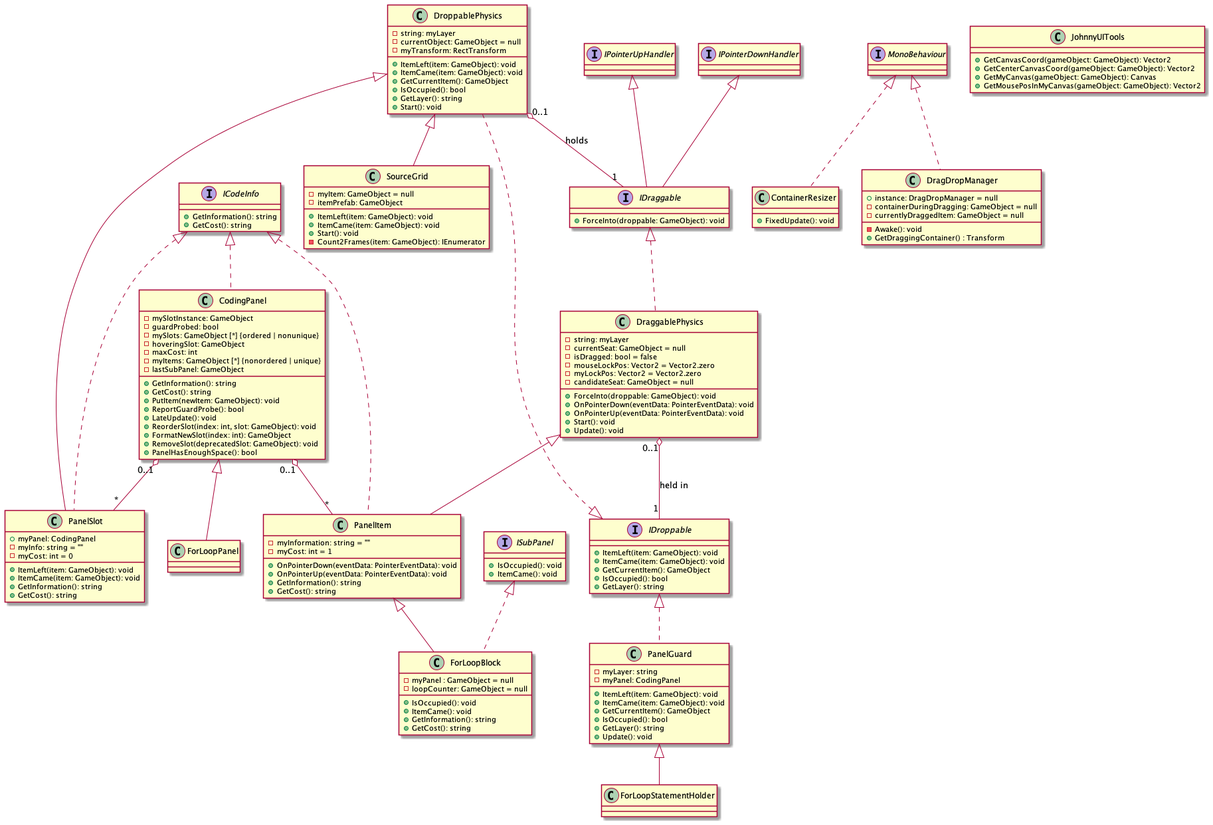
Earlier version of the PlantUML export docs/class_diagrams/out/drag_drop_ui.png (cs130-w21/13).
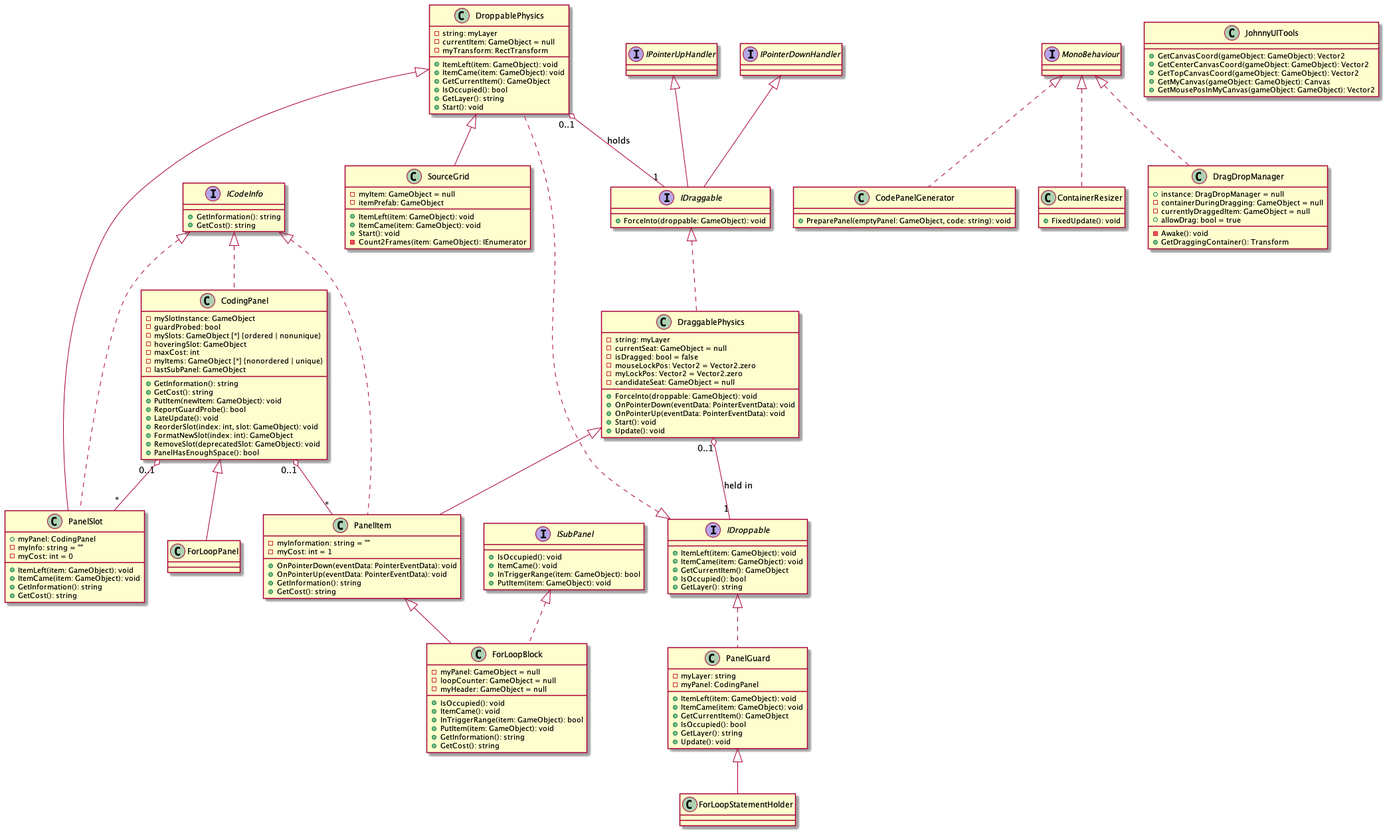
Above is the later version.

Commit message:
new client diagrams

Change to the diagram source:
```diff
@@ -21,6 +21,8 @@
 interface ISubPanel {
     + IsOccupied(): void
     + ItemCame(): void
+    + InTriggerRange(item: GameObject): bool
+    + PutItem(item: GameObject): void
 }
 
 
@@ -37,11 +39,11 @@
     + Start(): void
     + Update(): void
 }
-DraggablePhysics "0..1" o-- "1" IDroppable : "held in"
+DraggablePhysics "0..1" o-- "1" IDroppable: "held in"
 
 class DroppablePhysics implements IDroppable {
     - string: myLayer
-    - currentObject: GameObject = null
+    - currentItem: GameObject = null
     - myTransform: RectTransform
     + ItemLeft(item: GameObject): void
     + ItemCame(item: GameObject): void
@@ -116,10 +118,13 @@
 
 
 class ForLoopBlock extends PanelItem implements ISubPanel {
-    - myPanel : GameObject = null
+    - myPanel: GameObject = null
     - loopCounter: GameObject = null
+    - myHeader: GameObject = null
     + IsOccupied(): void
     + ItemCame(): void
+    + InTriggerRange(item: GameObject): bool
+    + PutItem(item: GameObject): void
     + GetInformation(): string
     + GetCost(): string
 }
@@ -129,6 +134,10 @@
 class ForLoopStatementHolder extends PanelGuard {}
 
 
+class CodePanelGenerator implements MonoBehaviour {
+    + PreparePanel(emptyPanel: GameObject, code: string): void
+}
+
 class ContainerResizer implements MonoBehaviour {
     + FixedUpdate(): void
 }
@@ -136,6 +145,7 @@
 class JohnnyUITools {
     + GetCanvasCoord(gameObject: GameObject): Vector2
     + GetCenterCanvasCoord(gameObject: GameObject): Vector2
+    + GetTopCanvasCoord(gameObject: GameObject): Vector2
     + GetMyCanvas(gameObject: GameObject): Canvas
     + GetMousePosInMyCanvas(gameObject: GameObject): Vector2
 }
@@ -144,8 +154,9 @@
     + instance: DragDropManager = null
     - containerDuringDragging: GameObject = null
     - currentlyDraggedItem: GameObject = null
+    + allowDrag: bool = true
     - Awake(): void
-    + GetDraggingContainer() : Transform
+    + GetDraggingContainer(): Transform
 }
 
 @enduml
```
